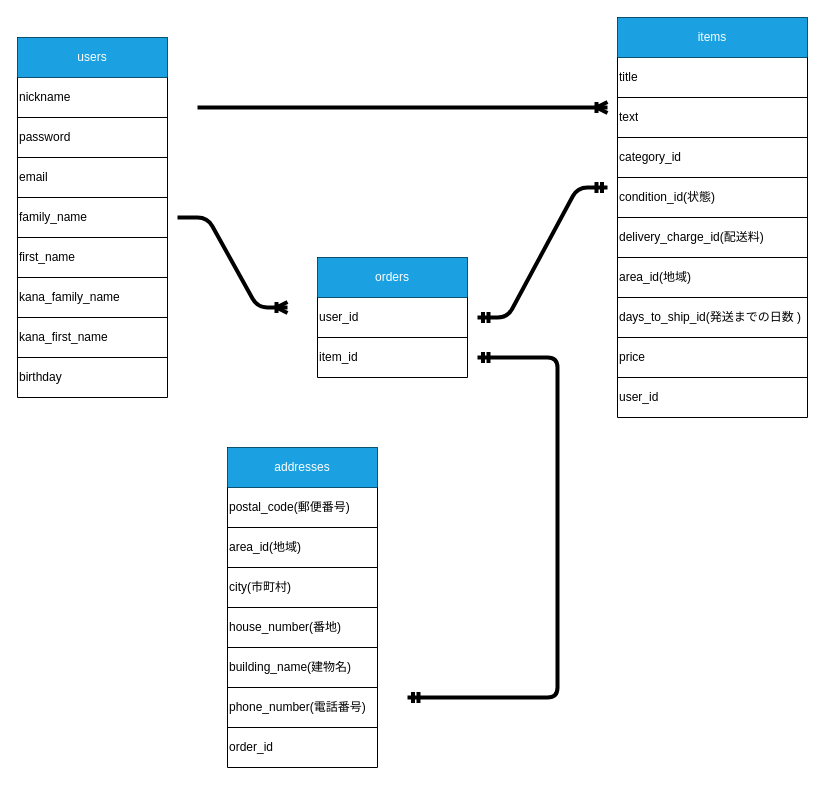
naki7621/furima-41351 keeps this draw.io diagram as test.dio. Above is the earlier version. Source tidied: cells renumbered, new cells numbered last; positions are measured from the earlier drawing's top-left corner, leaving out a move shared by most shapes. Both pictures are drawn from the tidied source at 100%, with x=0, y=0 at pixel (17, 17).
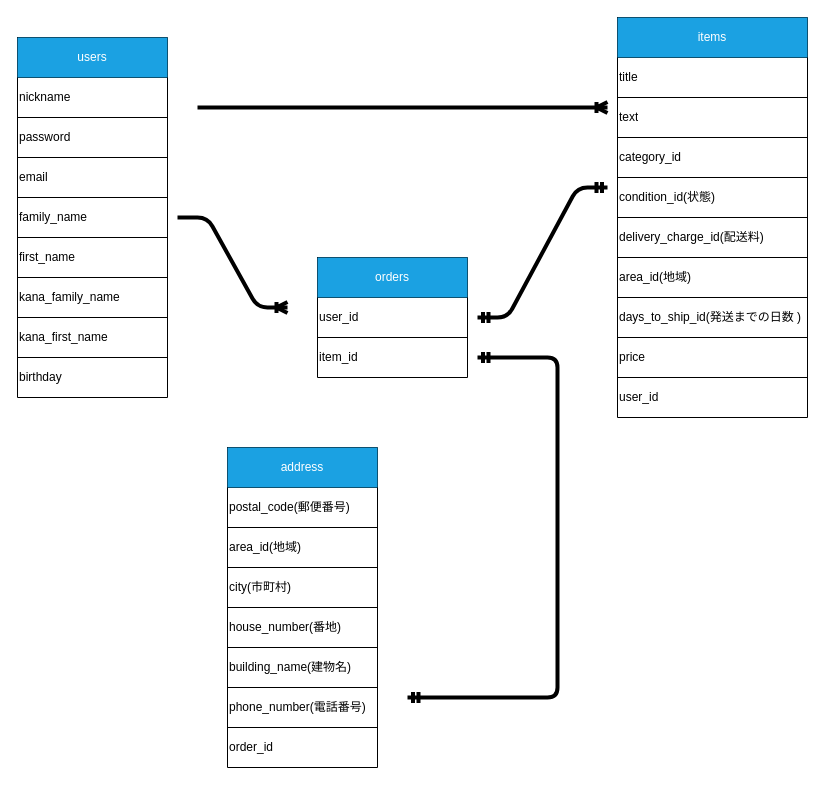
The same diagram, later.

Unchanged cells that the change refers to:
```xml
<mxCell id="43" style="shape=tableRow;horizontal=0;startSize=0;swimlaneHead=0;swimlaneBody=0;top=0;left=0;bottom=0;right=0;fillColor=none;" parent="42" vertex="1">
  <mxGeometry width="150" height="40" as="geometry" />
</mxCell>
```

Diff of the diagram source:
```diff
@@
-    <mxCell id="44" value="addresses" style="shape=partialRectangle;html=1;whiteSpace=wrap;overflow=hidden;fillColor=#1ba1e2;top=0;left=0;bottom=0;right=0;fontColor=#ffffff;strokeColor=#006EAF;" parent="43" vertex="1">
+    <mxCell id="44" value="address" style="shape=partialRectangle;html=1;whiteSpace=wrap;overflow=hidden;fillColor=#1ba1e2;top=0;left=0;bottom=0;right=0;fontColor=#ffffff;strokeColor=#006EAF;" parent="43" vertex="1">
       <mxGeometry width="150" height="40" as="geometry" />
     </mxCell>
```
